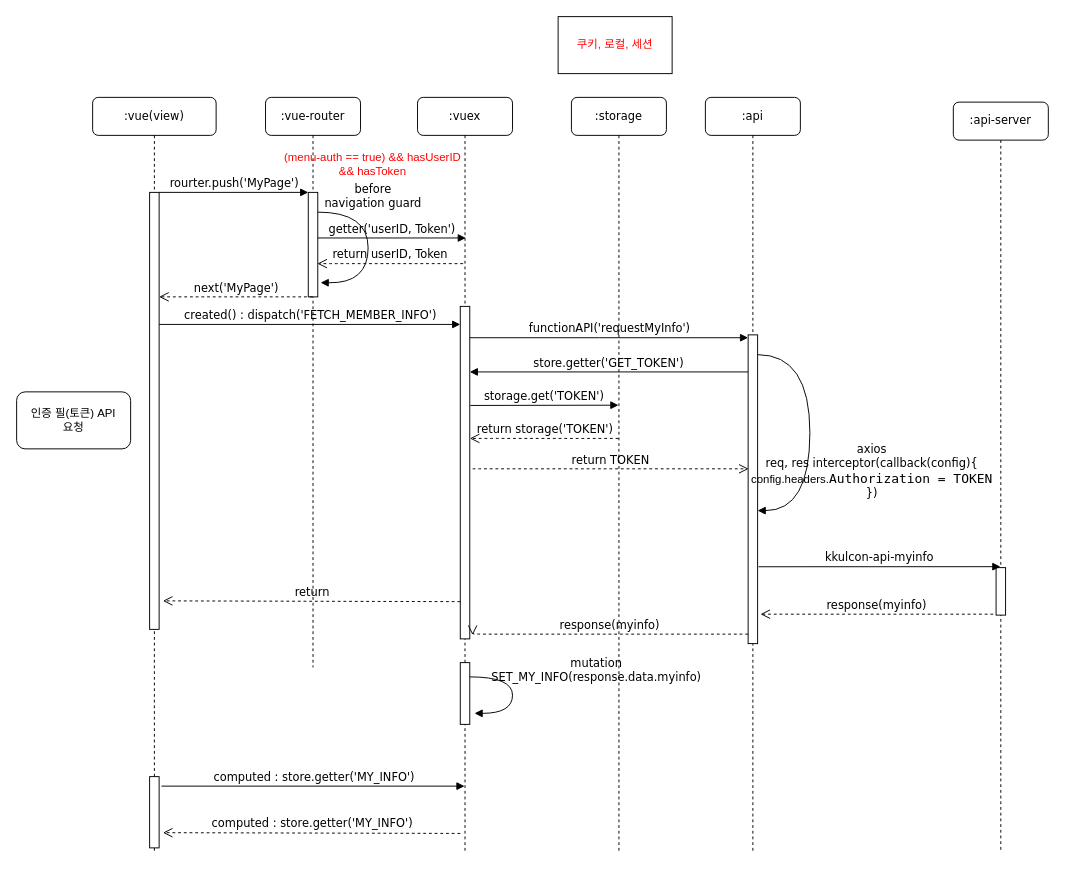
This is public/hasToken_nomalAPI.drawio from Develing1991/vuetiful-layout2, a draw.io file, before an edit. Source tidied: cells renumbered, new cells numbered last; positions are measured from the earlier drawing's top-left corner, leaving out a move shared by most shapes. Both pictures are drawn from the tidied source at 95%, with x=0, y=0 at pixel (16, 16).
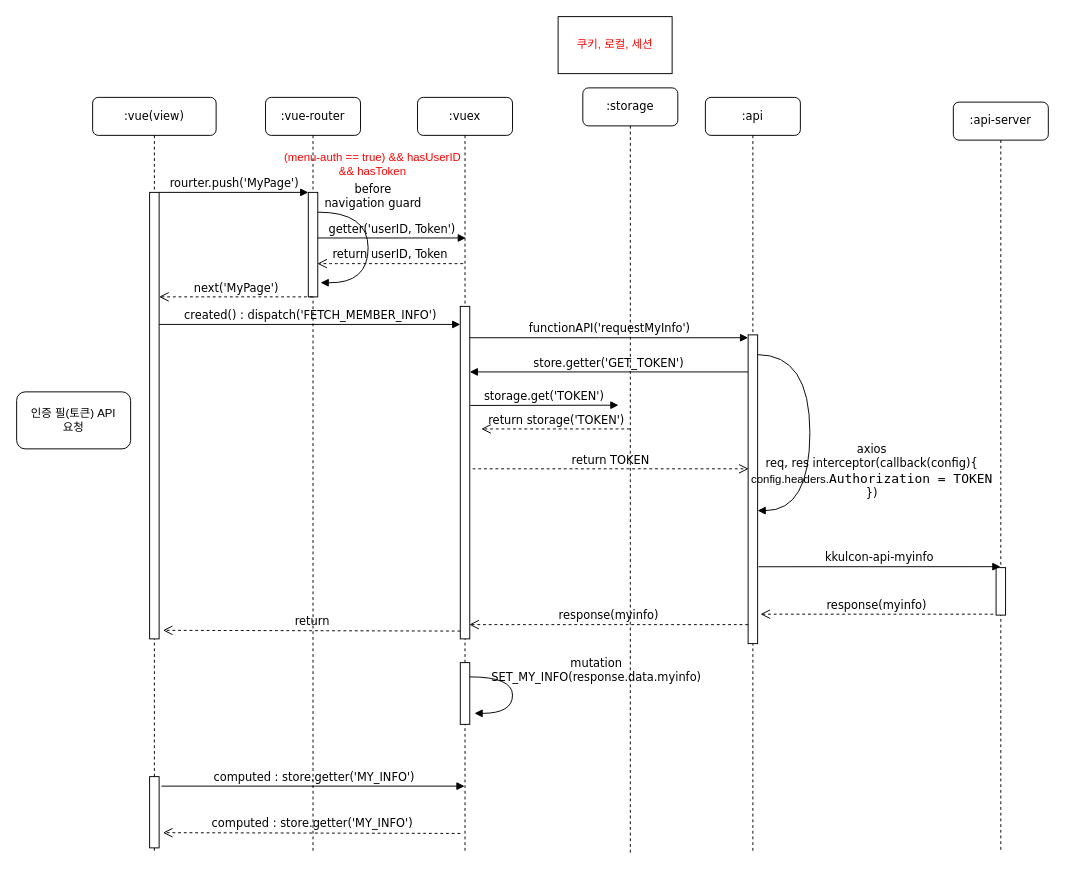
The same page after the edit.

Unchanged cells that the change refers to:
```xml
<mxCell id="6" value=":vuex" style="shape=umlLifeline;perimeter=lifelinePerimeter;whiteSpace=wrap;html=1;rounded=1;shadow=0;comic=0;labelBackgroundColor=none;strokeWidth=1;fontFamily=Verdana;fontSize=12;align=center;" parent="1" vertex="1">
  <mxGeometry x="422" y="85" width="100" height="795" as="geometry" />
</mxCell>
<mxCell id="18" value=":vue(view)" style="shape=umlLifeline;perimeter=lifelinePerimeter;whiteSpace=wrap;html=1;rounded=1;shadow=0;comic=0;labelBackgroundColor=none;strokeWidth=1;fontFamily=Verdana;fontSize=12;align=center;" parent="1" vertex="1">
  <mxGeometry x="80" y="85" width="130" height="795" as="geometry" />
</mxCell>
```

Change to the diagram source:
```diff
@@
     <mxCell id="2" value=":vue-router" style="shape=umlLifeline;perimeter=lifelinePerimeter;whiteSpace=wrap;html=1;rounded=1;shadow=0;comic=0;labelBackgroundColor=none;strokeWidth=1;fontFamily=Verdana;fontSize=12;align=center;" parent="1" vertex="1">
-      <mxGeometry x="262" y="85" width="100" height="600" as="geometry" />
+      <mxGeometry x="262" y="85" width="100" height="795" as="geometry" />
     </mxCell>
@@
-    <mxCell id="8" value="return" style="html=1;verticalAlign=bottom;endArrow=open;dashed=1;endSize=8;labelBackgroundColor=none;fontFamily=Verdana;fontSize=12;edgeStyle=elbowEdgeStyle;elbow=vertical;entryX=1.4;entryY=0.935;entryDx=0;entryDy=0;entryPerimeter=0;" parent="6" edge="1" target="19">
+    <mxCell id="8" value="return" style="html=1;verticalAlign=bottom;endArrow=open;dashed=1;endSize=8;labelBackgroundColor=none;fontFamily=Verdana;fontSize=12;edgeStyle=elbowEdgeStyle;elbow=vertical;entryX=1.4;entryY=0.935;entryDx=0;entryDy=0;entryPerimeter=0;" parent="6" edge="1">
       <mxGeometry relative="1" as="geometry">
-        <mxPoint x="45" y="530.8" as="sourcePoint" />
+        <mxPoint x="45" y="561.8" as="sourcePoint" />
+        <mxPoint x="-268" y="561.1" as="targetPoint" />
         <Array as="points">
-          <mxPoint x="-134" y="530" />
+          <mxPoint x="-134" y="561" />
         </Array>
       </mxGeometry>
     </mxCell>
@@
     <mxCell id="19" style="html=1;points=[];perimeter=orthogonalPerimeter;rounded=0;shadow=0;comic=0;labelBackgroundColor=none;strokeWidth=1;fontFamily=Verdana;fontSize=12;align=center;" parent="18" vertex="1">
-      <mxGeometry x="60" y="100" width="10" height="460" as="geometry" />
+      <mxGeometry x="60" y="100" width="10" height="470" as="geometry" />
     </mxCell>
@@
     <mxCell id="28" value=":storage" style="shape=umlLifeline;perimeter=lifelinePerimeter;whiteSpace=wrap;html=1;rounded=1;shadow=0;comic=0;labelBackgroundColor=none;strokeWidth=1;fontFamily=Verdana;fontSize=12;align=center;" parent="1" vertex="1">
-      <mxGeometry x="584" y="85" width="100" height="795" as="geometry" />
+      <mxGeometry x="596" y="75" width="100" height="805" as="geometry" />
     </mxCell>
@@
     <mxCell id="30" value="response(myinfo)" style="html=1;verticalAlign=bottom;endArrow=open;dashed=1;endSize=8;labelBackgroundColor=none;fontFamily=Verdana;fontSize=12;edgeStyle=elbowEdgeStyle;elbow=vertical;" parent="28" edge="1">
       <mxGeometry relative="1" as="geometry">
-        <mxPoint x="186" y="565" as="sourcePoint" />
-        <mxPoint x="-104" y="566" as="targetPoint" />
+        <mxPoint x="174" y="565" as="sourcePoint" />
+        <mxPoint x="-119.5" y="565" as="targetPoint" />
         <Array as="points">
-          <mxPoint x="-34" y="565" />
+          <mxPoint x="-27" y="565" />
         </Array>
       </mxGeometry>
     </mxCell>
```
